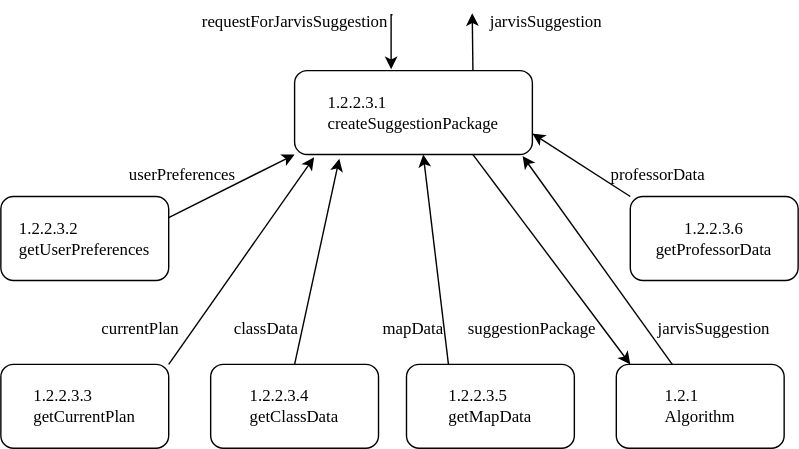
Above: Logic/TeamTwoFiles/1.2.2.3PrepareForAlgorithmStructureChart.drawio.svg in MckennahPalmer/CSE430 (draw.io), before the change. Source tidied: cells renumbered, new cells last; positions are measured from the earlier drawing's top-left corner, leaving out a move shared by most shapes.
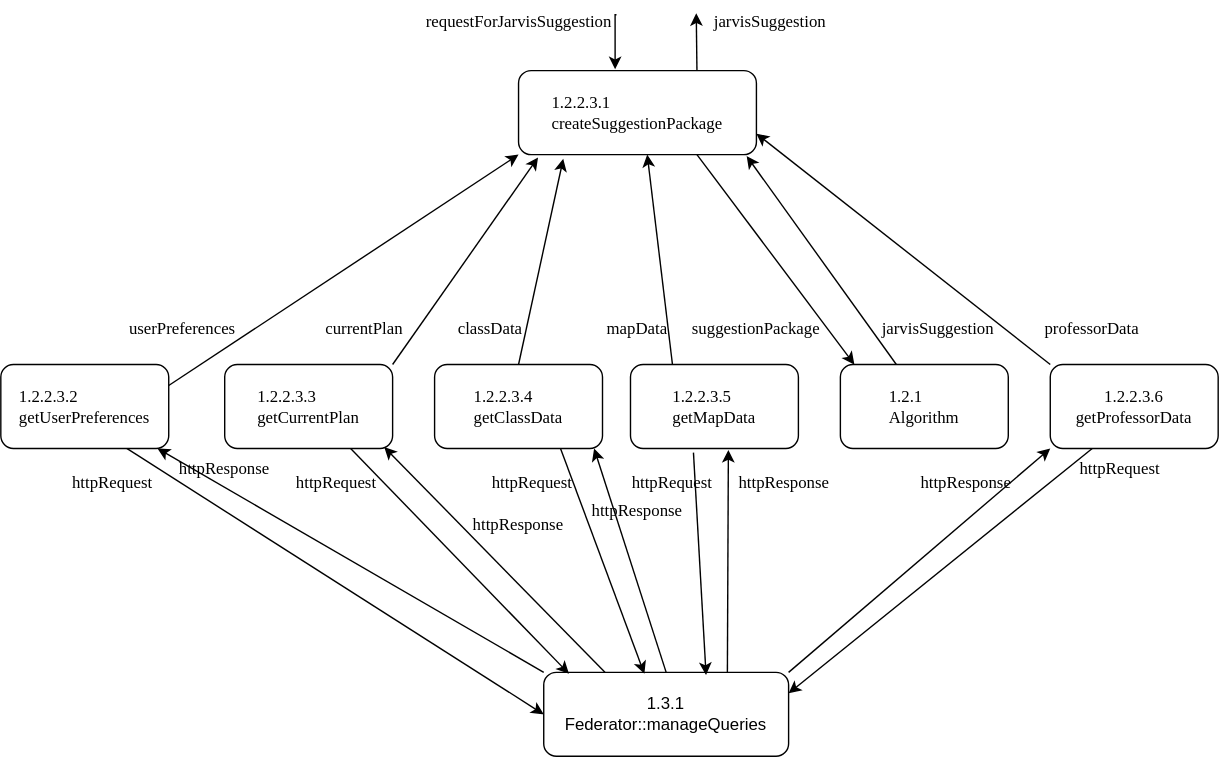
Later version of the same file.

Commit message:
Added connection to 1.3.1 Federator

Diff of the diagram source:
```diff
@@ -26,8 +26,11 @@
     <mxCell id="7" style="edgeStyle=none;rounded=0;jettySize=auto;html=1;exitX=1;exitY=0.25;exitDx=0;exitDy=0;entryX=0;entryY=1;entryDx=0;entryDy=0;" parent="1" edge="1" source="8" target="3">
       <mxGeometry relative="1" as="geometry" />
     </mxCell>
+    <mxCell id="27" style="edgeStyle=none;rounded=0;jettySize=auto;html=1;exitX=0.75;exitY=1;exitDx=0;exitDy=0;entryX=0;entryY=0.5;entryDx=0;entryDy=0;" parent="1" edge="1" source="8" target="30">
+      <mxGeometry relative="1" as="geometry" />
+    </mxCell>
     <mxCell id="8" value="&lt;div align=&quot;left&quot;&gt;&lt;font face=&quot;Times New Roman&quot;&gt;1.2.2.3.2&lt;br&gt;&lt;/font&gt;&lt;/div&gt;&lt;div&gt;&lt;font face=&quot;Times New Roman&quot;&gt;getUserPreferences&lt;/font&gt;&lt;/div&gt;" style="rounded=1;whiteSpace=wrap;html=1;" parent="1" vertex="1">
-      <mxGeometry y="140" width="120" height="60" as="geometry" />
+      <mxGeometry x="-160" y="260" width="120" height="60" as="geometry" />
     </mxCell>
     <mxCell id="9" value="&lt;div align=&quot;left&quot;&gt;&lt;font face=&quot;Times New Roman&quot;&gt;1.2.2.3.3&lt;/font&gt;&lt;/div&gt;&lt;div align=&quot;left&quot;&gt;&lt;font face=&quot;Times New Roman&quot;&gt;getCurrentPlan&lt;br&gt;&lt;/font&gt;&lt;/div&gt;" style="rounded=1;whiteSpace=wrap;html=1;" parent="1" vertex="1">
       <mxGeometry y="260" width="120" height="60" as="geometry" />
@@ -41,8 +44,11 @@
     <mxCell id="12" style="edgeStyle=none;rounded=0;jettySize=auto;html=1;exitX=0;exitY=0;exitDx=0;exitDy=0;entryX=1;entryY=0.75;entryDx=0;entryDy=0;" parent="1" edge="1" source="13" target="3">
       <mxGeometry relative="1" as="geometry" />
     </mxCell>
+    <mxCell id="28" style="edgeStyle=none;rounded=0;jettySize=auto;html=1;exitX=0.25;exitY=1;exitDx=0;exitDy=0;entryX=1;entryY=0.25;entryDx=0;entryDy=0;" parent="1" edge="1" source="13" target="30">
+      <mxGeometry relative="1" as="geometry" />
+    </mxCell>
     <mxCell id="13" value="&lt;div&gt;&lt;font face=&quot;Times New Roman&quot;&gt;1.2.2.3.6&lt;/font&gt;&lt;/div&gt;&lt;div&gt;&lt;font face=&quot;Times New Roman&quot;&gt;getProfessorData&lt;br&gt;&lt;/font&gt;&lt;/div&gt;" style="rounded=1;whiteSpace=wrap;html=1;" parent="1" vertex="1">
-      <mxGeometry x="450" y="140" width="120" height="60" as="geometry" />
+      <mxGeometry x="590" y="260" width="120" height="60" as="geometry" />
     </mxCell>
     <mxCell id="14" value="&lt;font face=&quot;Times New Roman&quot;&gt;jarvisSuggestion&lt;br&gt;&lt;/font&gt;" style="text;html=1;align=center;verticalAlign=middle;whiteSpace=wrap;rounded=0;" parent="1" vertex="1">
       <mxGeometry x="360" width="60" height="30" as="geometry" />
@@ -62,7 +68,7 @@
       <mxGeometry relative="1" as="geometry" />
     </mxCell>
     <mxCell id="19" value="&lt;font face=&quot;Times New Roman&quot;&gt;userPreferences&lt;/font&gt;" style="text;html=1;align=center;verticalAlign=middle;whiteSpace=wrap;rounded=0;" parent="1" vertex="1">
-      <mxGeometry x="100" y="110" width="60" height="30" as="geometry" />
+      <mxGeometry x="-60" y="220" width="60" height="30" as="geometry" />
     </mxCell>
     <mxCell id="20" value="&lt;font face=&quot;Times New Roman&quot;&gt;currentPlan&lt;/font&gt;" style="text;html=1;align=center;verticalAlign=middle;whiteSpace=wrap;rounded=0;" parent="1" vertex="1">
       <mxGeometry x="70" y="220" width="60" height="30" as="geometry" />
@@ -80,10 +86,67 @@
       <mxGeometry x="480" y="220" width="60" height="30" as="geometry" />
     </mxCell>
     <mxCell id="25" value="&lt;font face=&quot;Times New Roman&quot;&gt;professorData&lt;/font&gt;" style="text;html=1;align=center;verticalAlign=middle;whiteSpace=wrap;rounded=0;" parent="1" vertex="1">
-      <mxGeometry x="440" y="110" width="60" height="30" as="geometry" />
+      <mxGeometry x="590" y="220" width="60" height="30" as="geometry" />
     </mxCell>
     <mxCell id="26" value="&lt;div align=&quot;left&quot;&gt;&lt;font face=&quot;Times New Roman&quot;&gt;1.2.1&lt;/font&gt;&lt;/div&gt;&lt;div&gt;&lt;font face=&quot;Times New Roman&quot;&gt;Algorithm&lt;br&gt;&lt;/font&gt;&lt;/div&gt;" style="rounded=1;whiteSpace=wrap;html=1;" parent="1" vertex="1">
       <mxGeometry x="440" y="260" width="120" height="60" as="geometry" />
     </mxCell>
+    <mxCell id="29" style="edgeStyle=none;rounded=0;jettySize=auto;html=1;exitX=1;exitY=0;exitDx=0;exitDy=0;entryX=0;entryY=1;entryDx=0;entryDy=0;" parent="1" edge="1" source="30" target="13">
+      <mxGeometry relative="1" as="geometry" />
+    </mxCell>
+    <mxCell id="30" value="1.3.1 Federator::manageQueries" style="rounded=1;whiteSpace=wrap;html=1;" parent="1" vertex="1">
+      <mxGeometry x="228" y="480" width="175" height="60" as="geometry" />
+    </mxCell>
+    <mxCell id="31" style="edgeStyle=none;rounded=0;jettySize=auto;html=1;exitX=0;exitY=0;exitDx=0;exitDy=0;entryX=0.933;entryY=1;entryDx=0;entryDy=0;entryPerimeter=0;" parent="1" edge="1" source="30" target="8">
+      <mxGeometry relative="1" as="geometry" />
+    </mxCell>
+    <mxCell id="32" style="edgeStyle=none;rounded=0;jettySize=auto;html=1;exitX=0.25;exitY=0;exitDx=0;exitDy=0;entryX=0.95;entryY=0.983;entryDx=0;entryDy=0;entryPerimeter=0;" parent="1" edge="1" source="30" target="9">
+      <mxGeometry relative="1" as="geometry" />
+    </mxCell>
+    <mxCell id="33" style="edgeStyle=none;rounded=0;jettySize=auto;html=1;exitX=0.5;exitY=0;exitDx=0;exitDy=0;entryX=0.95;entryY=1;entryDx=0;entryDy=0;entryPerimeter=0;" parent="1" edge="1" source="30" target="10">
+      <mxGeometry relative="1" as="geometry" />
+    </mxCell>
+    <mxCell id="34" style="edgeStyle=none;rounded=0;jettySize=auto;html=1;exitX=0.75;exitY=0;exitDx=0;exitDy=0;entryX=0.583;entryY=1.017;entryDx=0;entryDy=0;entryPerimeter=0;" parent="1" edge="1" source="30" target="11">
+      <mxGeometry relative="1" as="geometry" />
+    </mxCell>
+    <mxCell id="35" style="edgeStyle=none;rounded=0;jettySize=auto;html=1;exitX=0.375;exitY=1.05;exitDx=0;exitDy=0;entryX=0.663;entryY=0.033;entryDx=0;entryDy=0;entryPerimeter=0;exitPerimeter=0;" parent="1" edge="1" source="11" target="30">
+      <mxGeometry relative="1" as="geometry" />
+    </mxCell>
+    <mxCell id="36" style="edgeStyle=none;rounded=0;jettySize=auto;html=1;exitX=0.75;exitY=1;exitDx=0;exitDy=0;entryX=0.411;entryY=0.017;entryDx=0;entryDy=0;entryPerimeter=0;" parent="1" edge="1" source="10" target="30">
+      <mxGeometry relative="1" as="geometry" />
+    </mxCell>
+    <mxCell id="37" style="edgeStyle=none;rounded=0;jettySize=auto;html=1;exitX=0.75;exitY=1;exitDx=0;exitDy=0;entryX=0.103;entryY=0.017;entryDx=0;entryDy=0;entryPerimeter=0;" parent="1" edge="1" source="9" target="30">
+      <mxGeometry relative="1" as="geometry" />
+    </mxCell>
+    <mxCell id="38" value="&lt;font face=&quot;Times New Roman&quot;&gt;httpRequest&lt;/font&gt;" style="text;html=1;align=center;verticalAlign=middle;whiteSpace=wrap;rounded=0;" parent="1" vertex="1">
+      <mxGeometry x="-110" y="330" width="60" height="30" as="geometry" />
+    </mxCell>
+    <mxCell id="39" value="&lt;font face=&quot;Times New Roman&quot;&gt;httpRequest&lt;/font&gt;" style="text;html=1;align=center;verticalAlign=middle;whiteSpace=wrap;rounded=0;" parent="1" vertex="1">
+      <mxGeometry x="50" y="330" width="60" height="30" as="geometry" />
+    </mxCell>
+    <mxCell id="40" value="&lt;font face=&quot;Times New Roman&quot;&gt;httpRequest&lt;/font&gt;" style="text;html=1;align=center;verticalAlign=middle;whiteSpace=wrap;rounded=0;" parent="1" vertex="1">
+      <mxGeometry x="190" y="330" width="60" height="30" as="geometry" />
+    </mxCell>
+    <mxCell id="41" value="&lt;font face=&quot;Times New Roman&quot;&gt;httpRequest&lt;/font&gt;" style="text;html=1;align=center;verticalAlign=middle;whiteSpace=wrap;rounded=0;" parent="1" vertex="1">
+      <mxGeometry x="290" y="330" width="60" height="30" as="geometry" />
+    </mxCell>
+    <mxCell id="42" value="&lt;font face=&quot;Times New Roman&quot;&gt;httpRequest&lt;/font&gt;" style="text;html=1;align=center;verticalAlign=middle;whiteSpace=wrap;rounded=0;" parent="1" vertex="1">
+      <mxGeometry x="610" y="320" width="60" height="30" as="geometry" />
+    </mxCell>
+    <mxCell id="43" value="&lt;font face=&quot;Times New Roman&quot;&gt;httpResponse&lt;/font&gt;" style="text;html=1;align=center;verticalAlign=middle;whiteSpace=wrap;rounded=0;" parent="1" vertex="1">
+      <mxGeometry x="-30" y="320" width="60" height="30" as="geometry" />
+    </mxCell>
+    <mxCell id="44" value="&lt;font face=&quot;Times New Roman&quot;&gt;httpResponse&lt;/font&gt;" style="text;html=1;align=center;verticalAlign=middle;whiteSpace=wrap;rounded=0;" parent="1" vertex="1">
+      <mxGeometry x="265" y="350" width="60" height="30" as="geometry" />
+    </mxCell>
+    <mxCell id="45" value="&lt;font face=&quot;Times New Roman&quot;&gt;httpResponse&lt;/font&gt;" style="text;html=1;align=center;verticalAlign=middle;whiteSpace=wrap;rounded=0;" parent="1" vertex="1">
+      <mxGeometry x="180" y="360" width="60" height="30" as="geometry" />
+    </mxCell>
+    <mxCell id="46" value="&lt;font face=&quot;Times New Roman&quot;&gt;httpResponse&lt;/font&gt;" style="text;html=1;align=center;verticalAlign=middle;whiteSpace=wrap;rounded=0;" parent="1" vertex="1">
+      <mxGeometry x="370" y="330" width="60" height="30" as="geometry" />
+    </mxCell>
+    <mxCell id="47" value="&lt;font face=&quot;Times New Roman&quot;&gt;httpResponse&lt;/font&gt;" style="text;html=1;align=center;verticalAlign=middle;whiteSpace=wrap;rounded=0;" parent="1" vertex="1">
+      <mxGeometry x="500" y="330" width="60" height="30" as="geometry" />
+    </mxCell>
   </root>
 </mxGraphModel>
```
